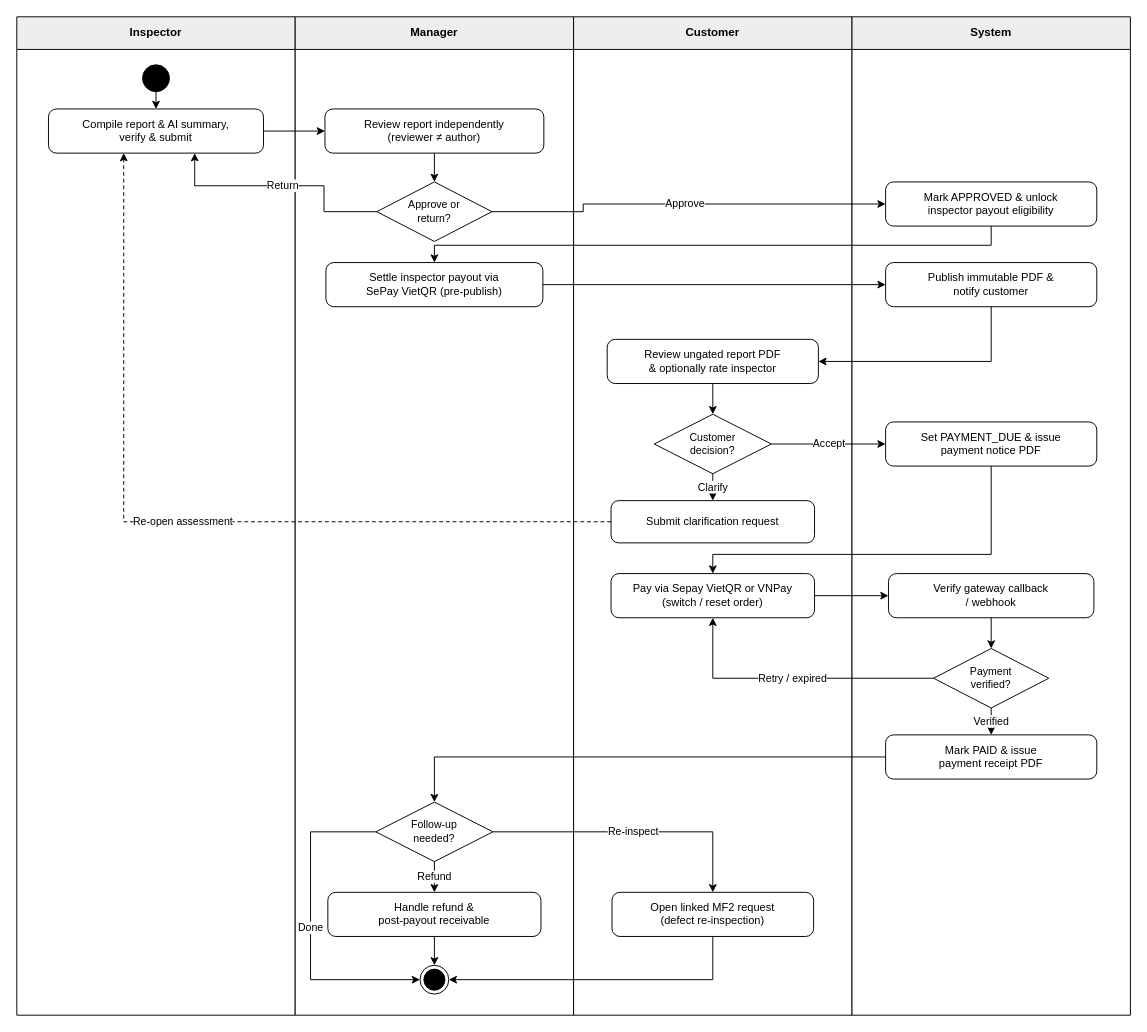
The draw.io diagram page "MF4 - Report, Finance & Reinspection" (5 of 5) of diagrams/smartdrone-activity-diagrams.drawio in tungbach12/SmartDroneInspection-Docs, before the edit. Source tidied: cells renumbered, new cells numbered last; positions are measured from the earlier drawing's top-left corner, leaving out a move shared by most shapes. Both pictures are drawn from the tidied source at 96%, with x=0, y=0 at pixel (16, 16).
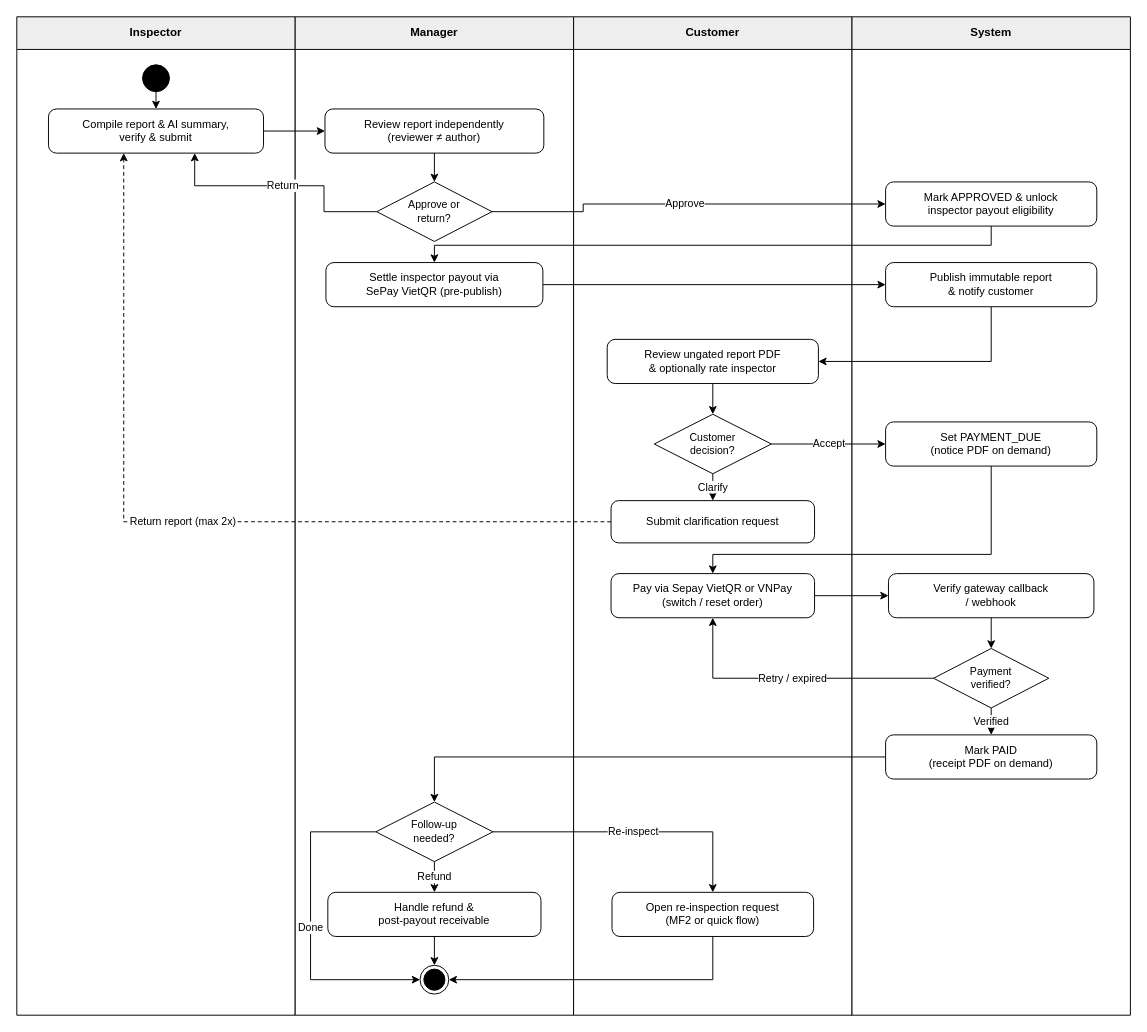
Above is the later version.

Unchanged cells that the change refers to:
```xml
<mxCell id="7" value="Compile report &amp;amp; AI summary,&lt;br&gt;verify &amp;amp; submit" style="rounded=1;whiteSpace=wrap;html=1;arcSize=18;fillColor=#FFFFFF;strokeColor=#000000;strokeWidth=1;fontColor=#000000;fontSize=11.5;fontFamily=Helvetica;align=center;verticalAlign=middle;spacingLeft=8;spacingRight=8;" parent="1" vertex="1">
  <mxGeometry x="33" y="96" width="224" height="46" as="geometry" />
</mxCell>
<mxCell id="15" value="Submit clarification request" style="rounded=1;whiteSpace=wrap;html=1;arcSize=18;fillColor=#FFFFFF;strokeColor=#000000;strokeWidth=1;fontColor=#000000;fontSize=11.5;fontFamily=Helvetica;align=center;verticalAlign=middle;spacingLeft=8;spacingRight=8;" parent="1" vertex="1">
  <mxGeometry x="619" y="504" width="212" height="44" as="geometry" />
</mxCell>
```

Change to the diagram source:
```diff
@@
-    <mxCell id="12" value="Publish immutable PDF &amp;amp;&lt;br&gt;notify customer" style="rounded=1;whiteSpace=wrap;html=1;arcSize=18;fillColor=#FFFFFF;strokeColor=#000000;strokeWidth=1;fontColor=#000000;fontSize=11.5;fontFamily=Helvetica;align=center;verticalAlign=middle;spacingLeft=8;spacingRight=8;" parent="1" vertex="1">
+    <mxCell id="12" value="Publish immutable report&lt;br&gt;&amp;amp; notify customer" style="rounded=1;whiteSpace=wrap;html=1;arcSize=18;fillColor=#FFFFFF;strokeColor=#000000;strokeWidth=1;fontColor=#000000;fontSize=11.5;fontFamily=Helvetica;align=center;verticalAlign=middle;spacingLeft=8;spacingRight=8;" parent="1" vertex="1">
       <mxGeometry x="905" y="256" width="220" height="46" as="geometry" />
     </mxCell>
@@
-    <mxCell id="16" value="Set PAYMENT_DUE &amp;amp; issue&lt;br&gt;payment notice PDF" style="rounded=1;whiteSpace=wrap;html=1;arcSize=18;fillColor=#FFFFFF;strokeColor=#000000;strokeWidth=1;fontColor=#000000;fontSize=11.5;fontFamily=Helvetica;align=center;verticalAlign=middle;spacingLeft=8;spacingRight=8;" parent="1" vertex="1">
+    <mxCell id="16" value="Set PAYMENT_DUE&lt;br&gt;(notice PDF on demand)" style="rounded=1;whiteSpace=wrap;html=1;arcSize=18;fillColor=#FFFFFF;strokeColor=#000000;strokeWidth=1;fontColor=#000000;fontSize=11.5;fontFamily=Helvetica;align=center;verticalAlign=middle;spacingLeft=8;spacingRight=8;" parent="1" vertex="1">
       <mxGeometry x="905" y="422" width="220" height="46" as="geometry" />
     </mxCell>
@@
-    <mxCell id="20" value="Mark PAID &amp;amp; issue&lt;br&gt;payment receipt PDF" style="rounded=1;whiteSpace=wrap;html=1;arcSize=18;fillColor=#FFFFFF;strokeColor=#000000;strokeWidth=1;fontColor=#000000;fontSize=11.5;fontFamily=Helvetica;align=center;verticalAlign=middle;spacingLeft=8;spacingRight=8;" parent="1" vertex="1">
+    <mxCell id="20" value="Mark PAID&lt;br&gt;(receipt PDF on demand)" style="rounded=1;whiteSpace=wrap;html=1;arcSize=18;fillColor=#FFFFFF;strokeColor=#000000;strokeWidth=1;fontColor=#000000;fontSize=11.5;fontFamily=Helvetica;align=center;verticalAlign=middle;spacingLeft=8;spacingRight=8;" parent="1" vertex="1">
       <mxGeometry x="905" y="748" width="220" height="46" as="geometry" />
     </mxCell>
@@
-    <mxCell id="23" value="Open linked MF2 request&lt;br&gt;(defect re-inspection)" style="rounded=1;whiteSpace=wrap;html=1;arcSize=18;fillColor=#FFFFFF;strokeColor=#000000;strokeWidth=1;fontColor=#000000;fontSize=11.5;fontFamily=Helvetica;align=center;verticalAlign=middle;spacingLeft=8;spacingRight=8;" parent="1" vertex="1">
+    <mxCell id="23" value="Open re-inspection request&lt;br&gt;(MF2 or quick flow)" style="rounded=1;whiteSpace=wrap;html=1;arcSize=18;fillColor=#FFFFFF;strokeColor=#000000;strokeWidth=1;fontColor=#000000;fontSize=11.5;fontFamily=Helvetica;align=center;verticalAlign=middle;spacingLeft=8;spacingRight=8;" parent="1" vertex="1">
       <mxGeometry x="620" y="912" width="210" height="46" as="geometry" />
     </mxCell>
@@
-    <mxCell id="35" value="Re-open assessment" style="edgeStyle=orthogonalEdgeStyle;rounded=0;jettySize=auto;html=1;strokeColor=#000000;strokeWidth=1;dashed=1;dashPattern=4 3;endArrow=classic;endFill=1;fontColor=#000000;fontSize=11;fontFamily=Helvetica;labelBackgroundColor=#FFFFFF;exitX=0;exitY=0.5;exitDx=0;exitDy=0;entryX=0.35;entryY=1;entryDx=0;entryDy=0;" parent="1" edge="1" source="15" target="7">
+    <mxCell id="35" value="Return report (max 2x)" style="edgeStyle=orthogonalEdgeStyle;rounded=0;jettySize=auto;html=1;strokeColor=#000000;strokeWidth=1;dashed=1;dashPattern=4 3;endArrow=classic;endFill=1;fontColor=#000000;fontSize=11;fontFamily=Helvetica;labelBackgroundColor=#FFFFFF;exitX=0;exitY=0.5;exitDx=0;exitDy=0;entryX=0.35;entryY=1;entryDx=0;entryDy=0;" parent="1" edge="1" source="15" target="7">
       <mxGeometry relative="1" as="geometry">
         <Array as="points">
           <mxPoint x="111" y="526" />
         </Array>
       </mxGeometry>
     </mxCell>
```
